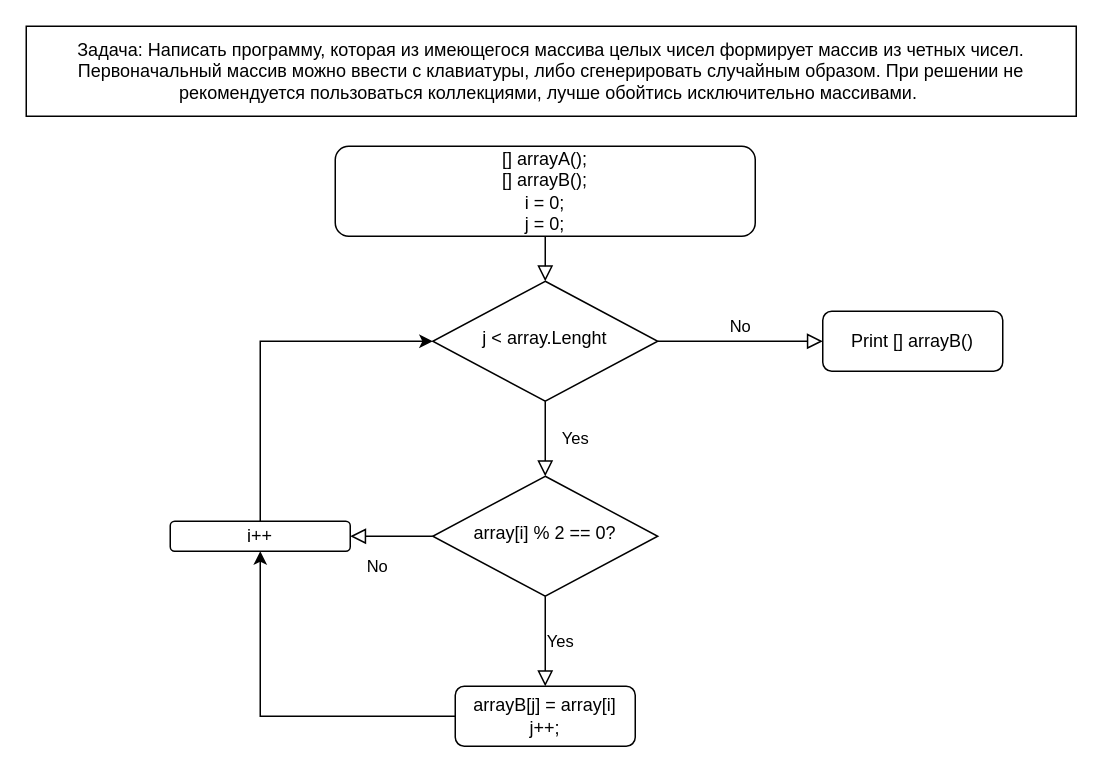
Earlier version of the draw.io diagram block diagram.drawio (DmitriyLosev/Assignment-at-the-end-of-the-first-block-of-training). Source tidied: cells renumbered, new cells numbered last; positions are measured from the earlier drawing's top-left corner, leaving out a move shared by most shapes. Both pictures are drawn from the tidied source at 150%, with x=0, y=0 at pixel (26, 26).
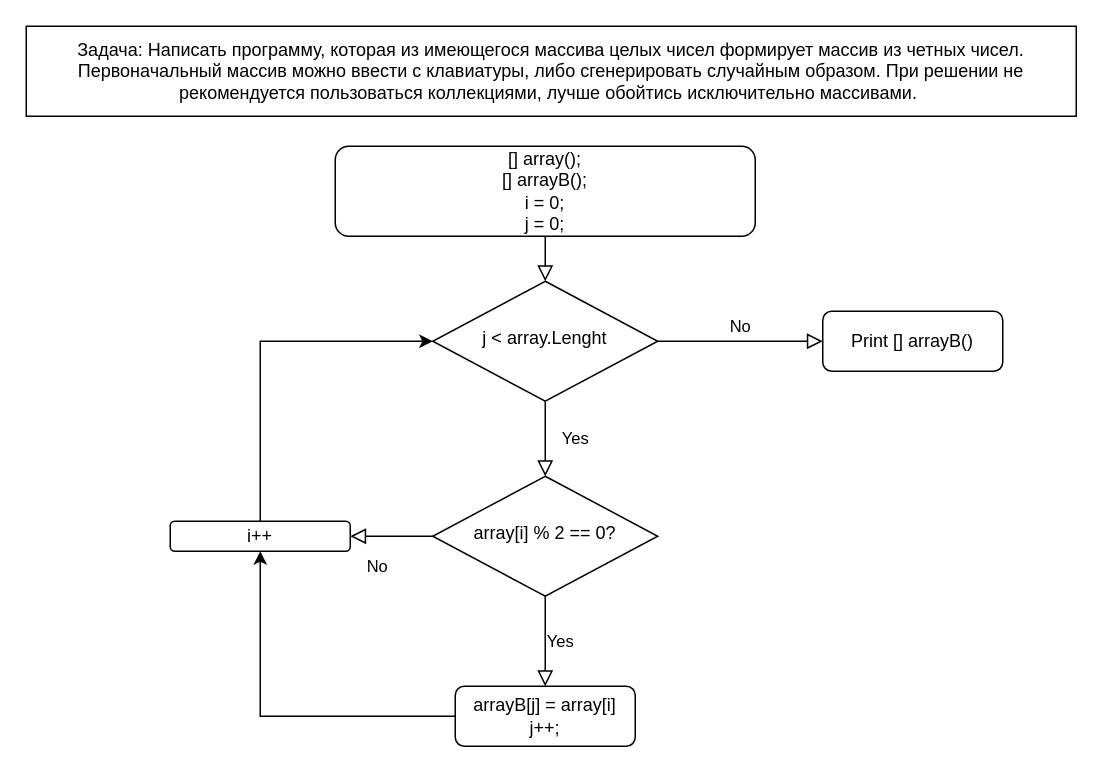
The same page after the edit.

Commit message (it also covers changes not shown here):
modefied block diagram

Diff of the diagram source:
```diff
@@
 <mxGraphModel>
   <root>
     <mxCell id="0" />
     <mxCell id="1" parent="0" />
     <mxCell id="2" style="rounded=0;html=1;jettySize=auto;fontSize=11;endArrow=block;endFill=0;endSize=8;strokeWidth=1;shadow=0;labelBackgroundColor=none;edgeStyle=orthogonalEdgeStyle;" parent="1" edge="1" source="3" target="6">
       <mxGeometry relative="1" as="geometry" />
     </mxCell>
-    <mxCell id="3" value="[] arrayA();&lt;br&gt;[] arrayB();&lt;br&gt;i = 0;&lt;br&gt;j = 0;" style="rounded=1;whiteSpace=wrap;html=1;fontSize=12;glass=0;strokeWidth=1;shadow=0;" parent="1" vertex="1">
+    <mxCell id="3" value="[] array();&lt;br&gt;[] arrayB();&lt;br&gt;i = 0;&lt;br&gt;j = 0;" style="rounded=1;whiteSpace=wrap;html=1;fontSize=12;glass=0;strokeWidth=1;shadow=0;" parent="1" vertex="1">
       <mxGeometry x="206" y="80" width="280" height="60" as="geometry" />
     </mxCell>
     <mxCell id="4" value="Yes" style="rounded=0;html=1;jettySize=auto;fontSize=11;endArrow=block;endFill=0;endSize=8;strokeWidth=1;shadow=0;labelBackgroundColor=none;edgeStyle=orthogonalEdgeStyle;" parent="1" edge="1" source="6" target="10">
       <mxGeometry y="20" relative="1" as="geometry" />
     </mxCell>
     <mxCell id="5" value="No" style="edgeStyle=orthogonalEdgeStyle;rounded=0;html=1;jettySize=auto;fontSize=11;endArrow=block;endFill=0;endSize=8;strokeWidth=1;shadow=0;labelBackgroundColor=none;" parent="1" edge="1" source="6" target="7">
       <mxGeometry y="10" relative="1" as="geometry" />
     </mxCell>
     <mxCell id="6" value="j &amp;lt; array.Lenght" style="rhombus;whiteSpace=wrap;html=1;shadow=0;fontFamily=Helvetica;fontSize=12;align=center;strokeWidth=1;spacing=6;spacingTop=-4;" parent="1" vertex="1">
       <mxGeometry x="271" y="170" width="150" height="80" as="geometry" />
     </mxCell>
     <mxCell id="7" value="Print [] arrayB()" style="rounded=1;whiteSpace=wrap;html=1;fontSize=12;glass=0;strokeWidth=1;shadow=0;" parent="1" vertex="1">
       <mxGeometry x="531" y="190" width="120" height="40" as="geometry" />
     </mxCell>
     <mxCell id="8" value="No" style="rounded=0;html=1;jettySize=auto;fontSize=11;endArrow=block;endFill=0;endSize=8;strokeWidth=1;shadow=0;labelBackgroundColor=none;edgeStyle=orthogonalEdgeStyle;exitX=0;exitY=0.5;exitDx=0;exitDy=0;entryX=1;entryY=0.5;entryDx=0;entryDy=0;" parent="1" edge="1" source="10" target="15">
       <mxGeometry x="0.33" y="20" relative="1" as="geometry" />
     </mxCell>
     <mxCell id="9" value="Yes" style="edgeStyle=orthogonalEdgeStyle;rounded=0;html=1;jettySize=auto;fontSize=11;endArrow=block;endFill=0;endSize=8;strokeWidth=1;shadow=0;labelBackgroundColor=none;" parent="1" edge="1" source="10" target="12">
       <mxGeometry y="10" relative="1" as="geometry" />
     </mxCell>
     <mxCell id="10" value="array[i] % 2 == 0?" style="rhombus;whiteSpace=wrap;html=1;shadow=0;fontFamily=Helvetica;fontSize=12;align=center;strokeWidth=1;spacing=6;spacingTop=-4;" parent="1" vertex="1">
       <mxGeometry x="271" y="300" width="150" height="80" as="geometry" />
     </mxCell>
     <mxCell id="11" style="edgeStyle=orthogonalEdgeStyle;rounded=0;jettySize=auto;html=1;" parent="1" edge="1" source="12" target="15">
       <mxGeometry relative="1" as="geometry" />
     </mxCell>
     <mxCell id="12" value="arrayB[j] = array[i]&lt;br&gt;j++;" style="rounded=1;whiteSpace=wrap;html=1;fontSize=12;glass=0;strokeWidth=1;shadow=0;" parent="1" vertex="1">
       <mxGeometry x="286" y="440" width="120" height="40" as="geometry" />
     </mxCell>
     <mxCell id="13" value="Задача: Написать программу, которая из имеющегося массива целых чисел формирует массив из четных чисел.&lt;br/&gt;Первоначальный массив можно ввести с клавиатуры, либо сгенерировать случайным образом. При решении не&lt;br/&gt;рекомендуется пользоваться коллекциями, лучше обойтись исключительно массивами.&amp;nbsp;" style="whiteSpace=wrap;html=1;" parent="1" vertex="1">
       <mxGeometry width="700" height="60" as="geometry" />
     </mxCell>
     <mxCell id="14" style="edgeStyle=orthogonalEdgeStyle;rounded=0;jettySize=auto;html=1;entryX=0;entryY=0.5;entryDx=0;entryDy=0;exitX=0.5;exitY=0;exitDx=0;exitDy=0;" parent="1" edge="1" source="15" target="6">
       <mxGeometry relative="1" as="geometry" />
     </mxCell>
     <mxCell id="15" value="i++" style="rounded=1;whiteSpace=wrap;html=1;shadow=0;strokeWidth=1;glass=0;" parent="1" vertex="1">
       <mxGeometry x="96" y="330" width="120" height="20" as="geometry" />
     </mxCell>
   </root>
 </mxGraphModel>
```
